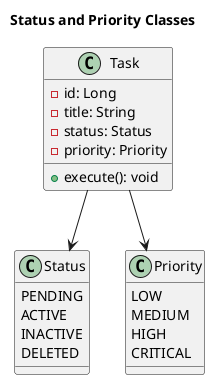
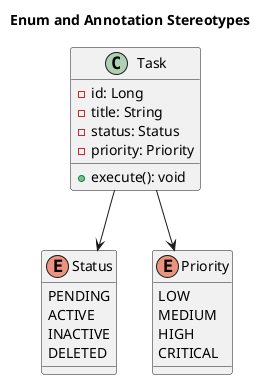
@startuml
- title Status and Priority Classes
- class Status {
+ title Enum and Annotation Stereotypes
+ enum Status {
  PENDING
  ACTIVE
  INACTIVE
  DELETED
}
- class Priority {
+ enum Priority {
  LOW
  MEDIUM
  HIGH
  CRITICAL
}
class Task {
  -id: Long
  -title: String
  -status: Status
  -priority: Priority
  +execute(): void
}
Task --> Status
Task --> Priority
@enduml
